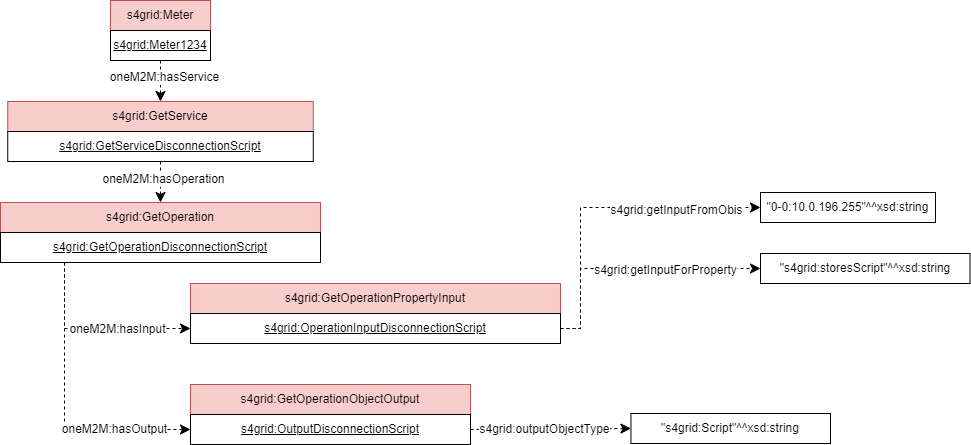
This is documentation/diagrams/SAREF4GRID_Example_get_3.png from Sergio-Carulli/saref4grid, a draw.io export, as it was before one commit. Source tidied: cells renumbered, new cells last; positions are measured from the earlier drawing's top-left corner, leaving out a move shared by most shapes. Its diagram source:
```xml
<mxGraphModel>
  <root>
    <mxCell id="0" />
    <mxCell id="1" parent="0" />
    <mxCell id="2" value="s4grid:Meter" style="rounded=0;whiteSpace=wrap;html=1;fillColor=#f8cecc;strokeColor=#b85450;" parent="1" vertex="1">
      <mxGeometry x="110" width="100" height="30" as="geometry" />
    </mxCell>
    <mxCell id="3" value="s4grid:GetService" style="rounded=0;whiteSpace=wrap;html=1;snapToPoint=1;points=[[0.1,0],[0.2,0],[0.3,0],[0.4,0],[0.5,0],[0.6,0],[0.7,0],[0.8,0],[0.9,0],[0,0.1],[0,0.3],[0,0.5],[0,0.7],[0,0.9],[0.1,1],[0.2,1],[0.3,1],[0.4,1],[0.5,1],[0.6,1],[0.7,1],[0.8,1],[0.9,1],[1,0.1],[1,0.3],[1,0.5],[1,0.7],[1,0.9]];fillColor=#f8cecc;strokeColor=#b85450;" parent="1" vertex="1">
      <mxGeometry x="7.2" y="101" width="305.5" height="30" as="geometry" />
    </mxCell>
    <mxCell id="4" value="&lt;u&gt;s4grid:Meter1234&lt;/u&gt;" style="rounded=0;whiteSpace=wrap;html=1;snapToPoint=1;points=[[0.1,0],[0.2,0],[0.3,0],[0.4,0],[0.5,0],[0.6,0],[0.7,0],[0.8,0],[0.9,0],[0,0.1],[0,0.3],[0,0.5],[0,0.7],[0,0.9],[0.1,1],[0.2,1],[0.3,1],[0.4,1],[0.5,1],[0.6,1],[0.7,1],[0.8,1],[0.9,1],[1,0.1],[1,0.3],[1,0.5],[1,0.7],[1,0.9]];" parent="1" vertex="1">
      <mxGeometry x="110" y="30" width="100" height="30" as="geometry" />
    </mxCell>
    <mxCell id="5" value="&lt;u&gt;s4grid:GetServiceDisconnectionScript&lt;/u&gt;" style="rounded=0;whiteSpace=wrap;html=1;snapToPoint=1;points=[[0.1,0],[0.2,0],[0.3,0],[0.4,0],[0.5,0],[0.6,0],[0.7,0],[0.8,0],[0.9,0],[0,0.1],[0,0.3],[0,0.5],[0,0.7],[0,0.9],[0.1,1],[0.2,1],[0.3,1],[0.4,1],[0.5,1],[0.6,1],[0.7,1],[0.8,1],[0.9,1],[1,0.1],[1,0.3],[1,0.5],[1,0.7],[1,0.9]];" parent="1" vertex="1">
      <mxGeometry x="7.2" y="131" width="305.5" height="30" as="geometry" />
    </mxCell>
    <mxCell id="6" style="endArrow=classic;html=1;endSize=8;arcSize=0;rounded=0;exitX=1;exitY=0.5;exitDx=0;exitDy=0;dashed=1;entryX=0;entryY=0.5;entryDx=0;entryDy=0;edgeStyle=orthogonalEdgeStyle;" parent="1" edge="1" source="13" target="25">
      <mxGeometry relative="1" as="geometry">
        <Array as="points">
          <mxPoint x="580" y="328" />
          <mxPoint x="580" y="207" />
        </Array>
      </mxGeometry>
    </mxCell>
    <mxCell id="7" value="s4grid:getInputFromObis" style="text;html=1;align=center;verticalAlign=middle;labelBackgroundColor=#ffffff;" parent="1" vertex="1">
      <mxGeometry x="671.2" y="202" as="geometry">
        <mxPoint x="4" y="7" as="offset" />
      </mxGeometry>
    </mxCell>
    <mxCell id="8" value="s4grid:GetOperationObjectOutput" style="rounded=0;whiteSpace=wrap;html=1;fillColor=#f8cecc;strokeColor=#b85450;" parent="1" vertex="1">
      <mxGeometry x="190" y="384" width="280" height="30" as="geometry" />
    </mxCell>
    <mxCell id="9" value="&lt;u&gt;s4grid:OutputDisconnectionScript&lt;/u&gt;" style="rounded=0;whiteSpace=wrap;html=1;snapToPoint=1;points=[[0.1,0],[0.2,0],[0.3,0],[0.4,0],[0.5,0],[0.6,0],[0.7,0],[0.8,0],[0.9,0],[0,0.1],[0,0.3],[0,0.5],[0,0.7],[0,0.9],[0.1,1],[0.2,1],[0.3,1],[0.4,1],[0.5,1],[0.6,1],[0.7,1],[0.8,1],[0.9,1],[1,0.1],[1,0.3],[1,0.5],[1,0.7],[1,0.9]];" parent="1" vertex="1">
      <mxGeometry x="190" y="414" width="280" height="30" as="geometry" />
    </mxCell>
    <mxCell id="10" value="s4grid:GetOperation" style="rounded=0;whiteSpace=wrap;html=1;snapToPoint=1;points=[[0.1,0],[0.2,0],[0.3,0],[0.4,0],[0.5,0],[0.6,0],[0.7,0],[0.8,0],[0.9,0],[0,0.1],[0,0.3],[0,0.5],[0,0.7],[0,0.9],[0.1,1],[0.2,1],[0.3,1],[0.4,1],[0.5,1],[0.6,1],[0.7,1],[0.8,1],[0.9,1],[1,0.1],[1,0.3],[1,0.5],[1,0.7],[1,0.9]];fillColor=#f8cecc;strokeColor=#b85450;" parent="1" vertex="1">
      <mxGeometry y="202" width="320" height="30" as="geometry" />
    </mxCell>
    <mxCell id="11" value="&lt;u style=&quot;border-color: var(--border-color);&quot;&gt;s4grid:GetOperationDisconnectionScript&lt;/u&gt;" style="rounded=0;whiteSpace=wrap;html=1;snapToPoint=1;points=[[0.1,0],[0.2,0],[0.3,0],[0.4,0],[0.5,0],[0.6,0],[0.7,0],[0.8,0],[0.9,0],[0,0.1],[0,0.3],[0,0.5],[0,0.7],[0,0.9],[0.1,1],[0.2,1],[0.3,1],[0.4,1],[0.5,1],[0.6,1],[0.7,1],[0.8,1],[0.9,1],[1,0.1],[1,0.3],[1,0.5],[1,0.7],[1,0.9]];" parent="1" vertex="1">
      <mxGeometry y="232" width="320" height="30" as="geometry" />
    </mxCell>
    <mxCell id="12" value="s4grid:GetOperationPropertyInput" style="rounded=0;whiteSpace=wrap;html=1;fillColor=#f8cecc;strokeColor=#b85450;" parent="1" vertex="1">
      <mxGeometry x="190" y="283" width="370" height="30" as="geometry" />
    </mxCell>
    <mxCell id="13" value="&lt;u&gt;s4grid:OperationInputDisconnectionScript&lt;/u&gt;" style="rounded=0;whiteSpace=wrap;html=1;snapToPoint=1;points=[[0.1,0],[0.2,0],[0.3,0],[0.4,0],[0.5,0],[0.6,0],[0.7,0],[0.8,0],[0.9,0],[0,0.1],[0,0.3],[0,0.5],[0,0.7],[0,0.9],[0.1,1],[0.2,1],[0.3,1],[0.4,1],[0.5,1],[0.6,1],[0.7,1],[0.8,1],[0.9,1],[1,0.1],[1,0.3],[1,0.5],[1,0.7],[1,0.9]];" parent="1" vertex="1">
      <mxGeometry x="190" y="313" width="370" height="30" as="geometry" />
    </mxCell>
    <mxCell id="14" style="endArrow=classic;html=1;endSize=8;arcSize=0;rounded=0;entryX=0;entryY=0.5;entryDx=0;entryDy=0;exitX=0.2;exitY=1;exitDx=0;exitDy=0;dashed=1;edgeStyle=orthogonalEdgeStyle;" parent="1" edge="1" source="11" target="13">
      <mxGeometry relative="1" as="geometry" />
    </mxCell>
    <mxCell id="15" value="oneM2M:hasInput" style="text;html=1;align=center;verticalAlign=middle;labelBackgroundColor=#ffffff;" parent="1" vertex="1">
      <mxGeometry x="116" y="328" as="geometry" />
    </mxCell>
    <mxCell id="16" style="endArrow=classic;html=1;endSize=8;arcSize=0;rounded=0;entryX=0;entryY=0.5;entryDx=0;entryDy=0;exitX=0.2;exitY=1;exitDx=0;exitDy=0;dashed=1;edgeStyle=orthogonalEdgeStyle;" parent="1" edge="1" source="11" target="9">
      <mxGeometry relative="1" as="geometry" />
    </mxCell>
    <mxCell id="17" value="oneM2M:hasOutput" style="text;html=1;align=center;verticalAlign=middle;labelBackgroundColor=#ffffff;" parent="1" vertex="1">
      <mxGeometry x="113" y="428" as="geometry" />
    </mxCell>
    <mxCell id="18" value="&quot;s4grid:Script&quot;^^xsd:string" style="rounded=0;whiteSpace=wrap;html=1;snapToPoint=1;align=center;" parent="1" vertex="1">
      <mxGeometry x="630.5" y="413" width="199.5" height="30" as="geometry" />
    </mxCell>
    <mxCell id="19" style="endArrow=classic;html=1;endSize=8;arcSize=0;rounded=0;dashed=1;entryX=0;entryY=0.5;entryDx=0;entryDy=0;exitX=1;exitY=0.5;exitDx=0;exitDy=0;" parent="1" edge="1" source="9" target="18">
      <mxGeometry relative="1" as="geometry" />
    </mxCell>
    <mxCell id="20" value="s4grid:outputObjectType" style="text;html=1;align=center;verticalAlign=middle;labelBackgroundColor=#ffffff;" parent="1" vertex="1">
      <mxGeometry x="540" y="421" as="geometry">
        <mxPoint x="4" y="7" as="offset" />
      </mxGeometry>
    </mxCell>
    <mxCell id="21" style="endArrow=classic;html=1;endSize=8;arcSize=0;rounded=0;entryX=0.5;entryY=0;entryDx=0;entryDy=0;dashed=1;exitX=0.5;exitY=1;exitDx=0;exitDy=0;" parent="1" edge="1" source="4" target="3">
      <mxGeometry relative="1" as="geometry" />
    </mxCell>
    <mxCell id="22" value="&lt;div&gt;oneM2M:hasService&lt;/div&gt;" style="text;html=1;align=center;verticalAlign=middle;labelBackgroundColor=#ffffff;" parent="21" vertex="1">
      <mxGeometry x="-0.13" relative="1" as="geometry">
        <mxPoint x="3" y="-2" as="offset" />
      </mxGeometry>
    </mxCell>
    <mxCell id="23" style="endArrow=classic;html=1;endSize=8;arcSize=0;rounded=0;entryX=0.5;entryY=0;entryDx=0;entryDy=0;exitX=0.5;exitY=1;exitDx=0;exitDy=0;dashed=1;" parent="1" edge="1" source="5" target="10">
      <mxGeometry relative="1" as="geometry" />
    </mxCell>
    <mxCell id="24" value="&lt;div&gt;oneM2M:hasOperation&lt;/div&gt;" style="text;html=1;align=center;verticalAlign=middle;labelBackgroundColor=#ffffff;" parent="23" vertex="1">
      <mxGeometry x="-0.13" relative="1" as="geometry">
        <mxPoint x="2" y="-1" as="offset" />
      </mxGeometry>
    </mxCell>
    <mxCell id="25" value="&quot;0-0:10.0.196.255&quot;^^xsd:string" style="rounded=0;whiteSpace=wrap;html=1;snapToPoint=1;align=center;" parent="1" vertex="1">
      <mxGeometry x="760" y="192" width="175" height="30" as="geometry" />
    </mxCell>
    <mxCell id="26" value="&quot;s4grid:storesScript&quot;^^xsd:string" style="rounded=0;whiteSpace=wrap;html=1;snapToPoint=1;align=center;" parent="1" vertex="1">
      <mxGeometry x="760" y="253" width="209.5" height="30" as="geometry" />
    </mxCell>
    <mxCell id="27" style="endArrow=classic;html=1;endSize=8;arcSize=0;rounded=0;exitX=1;exitY=0.5;exitDx=0;exitDy=0;dashed=1;entryX=0;entryY=0.5;entryDx=0;entryDy=0;edgeStyle=orthogonalEdgeStyle;" parent="1" edge="1" source="13" target="26">
      <mxGeometry relative="1" as="geometry">
        <Array as="points">
          <mxPoint x="580" y="328" />
          <mxPoint x="580" y="268" />
        </Array>
      </mxGeometry>
    </mxCell>
    <mxCell id="28" value="s4grid:getInputForProperty" style="text;html=1;align=center;verticalAlign=middle;labelBackgroundColor=#ffffff;" parent="1" vertex="1">
      <mxGeometry x="660" y="262" as="geometry">
        <mxPoint x="4" y="7" as="offset" />
      </mxGeometry>
    </mxCell>
  </root>
</mxGraphModel>
```
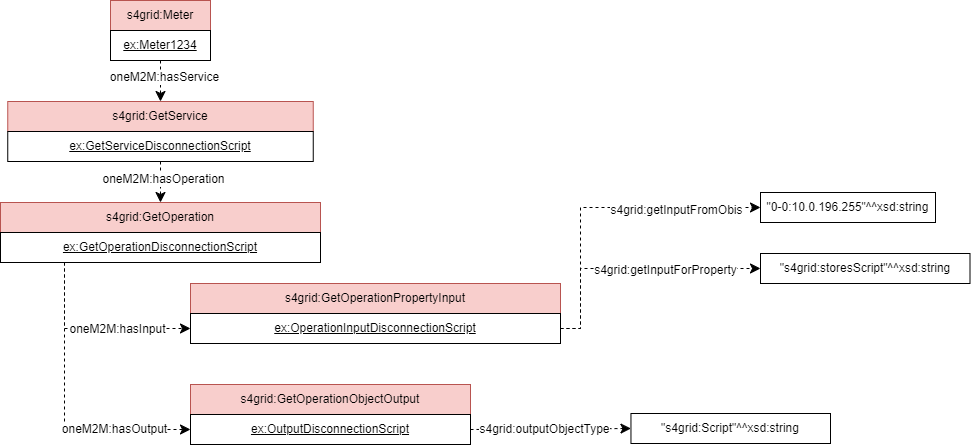
The same file after the commit.

Change to the diagram source:
```diff
@@ -8,10 +8,10 @@
     <mxCell id="3" value="s4grid:GetService" style="rounded=0;whiteSpace=wrap;html=1;snapToPoint=1;points=[[0.1,0],[0.2,0],[0.3,0],[0.4,0],[0.5,0],[0.6,0],[0.7,0],[0.8,0],[0.9,0],[0,0.1],[0,0.3],[0,0.5],[0,0.7],[0,0.9],[0.1,1],[0.2,1],[0.3,1],[0.4,1],[0.5,1],[0.6,1],[0.7,1],[0.8,1],[0.9,1],[1,0.1],[1,0.3],[1,0.5],[1,0.7],[1,0.9]];fillColor=#f8cecc;strokeColor=#b85450;" parent="1" vertex="1">
       <mxGeometry x="7.2" y="101" width="305.5" height="30" as="geometry" />
     </mxCell>
-    <mxCell id="4" value="&lt;u&gt;s4grid:Meter1234&lt;/u&gt;" style="rounded=0;whiteSpace=wrap;html=1;snapToPoint=1;points=[[0.1,0],[0.2,0],[0.3,0],[0.4,0],[0.5,0],[0.6,0],[0.7,0],[0.8,0],[0.9,0],[0,0.1],[0,0.3],[0,0.5],[0,0.7],[0,0.9],[0.1,1],[0.2,1],[0.3,1],[0.4,1],[0.5,1],[0.6,1],[0.7,1],[0.8,1],[0.9,1],[1,0.1],[1,0.3],[1,0.5],[1,0.7],[1,0.9]];" parent="1" vertex="1">
+    <mxCell id="4" value="&lt;u&gt;ex:Meter1234&lt;/u&gt;" style="rounded=0;whiteSpace=wrap;html=1;snapToPoint=1;points=[[0.1,0],[0.2,0],[0.3,0],[0.4,0],[0.5,0],[0.6,0],[0.7,0],[0.8,0],[0.9,0],[0,0.1],[0,0.3],[0,0.5],[0,0.7],[0,0.9],[0.1,1],[0.2,1],[0.3,1],[0.4,1],[0.5,1],[0.6,1],[0.7,1],[0.8,1],[0.9,1],[1,0.1],[1,0.3],[1,0.5],[1,0.7],[1,0.9]];" parent="1" vertex="1">
       <mxGeometry x="110" y="30" width="100" height="30" as="geometry" />
     </mxCell>
-    <mxCell id="5" value="&lt;u&gt;s4grid:GetServiceDisconnectionScript&lt;/u&gt;" style="rounded=0;whiteSpace=wrap;html=1;snapToPoint=1;points=[[0.1,0],[0.2,0],[0.3,0],[0.4,0],[0.5,0],[0.6,0],[0.7,0],[0.8,0],[0.9,0],[0,0.1],[0,0.3],[0,0.5],[0,0.7],[0,0.9],[0.1,1],[0.2,1],[0.3,1],[0.4,1],[0.5,1],[0.6,1],[0.7,1],[0.8,1],[0.9,1],[1,0.1],[1,0.3],[1,0.5],[1,0.7],[1,0.9]];" parent="1" vertex="1">
+    <mxCell id="5" value="&lt;u&gt;ex:GetServiceDisconnectionScript&lt;/u&gt;" style="rounded=0;whiteSpace=wrap;html=1;snapToPoint=1;points=[[0.1,0],[0.2,0],[0.3,0],[0.4,0],[0.5,0],[0.6,0],[0.7,0],[0.8,0],[0.9,0],[0,0.1],[0,0.3],[0,0.5],[0,0.7],[0,0.9],[0.1,1],[0.2,1],[0.3,1],[0.4,1],[0.5,1],[0.6,1],[0.7,1],[0.8,1],[0.9,1],[1,0.1],[1,0.3],[1,0.5],[1,0.7],[1,0.9]];" parent="1" vertex="1">
       <mxGeometry x="7.2" y="131" width="305.5" height="30" as="geometry" />
     </mxCell>
     <mxCell id="6" style="endArrow=classic;html=1;endSize=8;arcSize=0;rounded=0;exitX=1;exitY=0.5;exitDx=0;exitDy=0;dashed=1;entryX=0;entryY=0.5;entryDx=0;entryDy=0;edgeStyle=orthogonalEdgeStyle;" parent="1" edge="1" source="13" target="25">
@@ -30,19 +30,19 @@
     <mxCell id="8" value="s4grid:GetOperationObjectOutput" style="rounded=0;whiteSpace=wrap;html=1;fillColor=#f8cecc;strokeColor=#b85450;" parent="1" vertex="1">
       <mxGeometry x="190" y="384" width="280" height="30" as="geometry" />
     </mxCell>
-    <mxCell id="9" value="&lt;u&gt;s4grid:OutputDisconnectionScript&lt;/u&gt;" style="rounded=0;whiteSpace=wrap;html=1;snapToPoint=1;points=[[0.1,0],[0.2,0],[0.3,0],[0.4,0],[0.5,0],[0.6,0],[0.7,0],[0.8,0],[0.9,0],[0,0.1],[0,0.3],[0,0.5],[0,0.7],[0,0.9],[0.1,1],[0.2,1],[0.3,1],[0.4,1],[0.5,1],[0.6,1],[0.7,1],[0.8,1],[0.9,1],[1,0.1],[1,0.3],[1,0.5],[1,0.7],[1,0.9]];" parent="1" vertex="1">
+    <mxCell id="9" value="&lt;u&gt;ex:OutputDisconnectionScript&lt;/u&gt;" style="rounded=0;whiteSpace=wrap;html=1;snapToPoint=1;points=[[0.1,0],[0.2,0],[0.3,0],[0.4,0],[0.5,0],[0.6,0],[0.7,0],[0.8,0],[0.9,0],[0,0.1],[0,0.3],[0,0.5],[0,0.7],[0,0.9],[0.1,1],[0.2,1],[0.3,1],[0.4,1],[0.5,1],[0.6,1],[0.7,1],[0.8,1],[0.9,1],[1,0.1],[1,0.3],[1,0.5],[1,0.7],[1,0.9]];" parent="1" vertex="1">
       <mxGeometry x="190" y="414" width="280" height="30" as="geometry" />
     </mxCell>
     <mxCell id="10" value="s4grid:GetOperation" style="rounded=0;whiteSpace=wrap;html=1;snapToPoint=1;points=[[0.1,0],[0.2,0],[0.3,0],[0.4,0],[0.5,0],[0.6,0],[0.7,0],[0.8,0],[0.9,0],[0,0.1],[0,0.3],[0,0.5],[0,0.7],[0,0.9],[0.1,1],[0.2,1],[0.3,1],[0.4,1],[0.5,1],[0.6,1],[0.7,1],[0.8,1],[0.9,1],[1,0.1],[1,0.3],[1,0.5],[1,0.7],[1,0.9]];fillColor=#f8cecc;strokeColor=#b85450;" parent="1" vertex="1">
       <mxGeometry y="202" width="320" height="30" as="geometry" />
     </mxCell>
-    <mxCell id="11" value="&lt;u style=&quot;border-color: var(--border-color);&quot;&gt;s4grid:GetOperationDisconnectionScript&lt;/u&gt;" style="rounded=0;whiteSpace=wrap;html=1;snapToPoint=1;points=[[0.1,0],[0.2,0],[0.3,0],[0.4,0],[0.5,0],[0.6,0],[0.7,0],[0.8,0],[0.9,0],[0,0.1],[0,0.3],[0,0.5],[0,0.7],[0,0.9],[0.1,1],[0.2,1],[0.3,1],[0.4,1],[0.5,1],[0.6,1],[0.7,1],[0.8,1],[0.9,1],[1,0.1],[1,0.3],[1,0.5],[1,0.7],[1,0.9]];" parent="1" vertex="1">
+    <mxCell id="11" value="&lt;u style=&quot;border-color: var(--border-color);&quot;&gt;ex:GetOperationDisconnectionScript&lt;/u&gt;" style="rounded=0;whiteSpace=wrap;html=1;snapToPoint=1;points=[[0.1,0],[0.2,0],[0.3,0],[0.4,0],[0.5,0],[0.6,0],[0.7,0],[0.8,0],[0.9,0],[0,0.1],[0,0.3],[0,0.5],[0,0.7],[0,0.9],[0.1,1],[0.2,1],[0.3,1],[0.4,1],[0.5,1],[0.6,1],[0.7,1],[0.8,1],[0.9,1],[1,0.1],[1,0.3],[1,0.5],[1,0.7],[1,0.9]];" parent="1" vertex="1">
       <mxGeometry y="232" width="320" height="30" as="geometry" />
     </mxCell>
     <mxCell id="12" value="s4grid:GetOperationPropertyInput" style="rounded=0;whiteSpace=wrap;html=1;fillColor=#f8cecc;strokeColor=#b85450;" parent="1" vertex="1">
       <mxGeometry x="190" y="283" width="370" height="30" as="geometry" />
     </mxCell>
-    <mxCell id="13" value="&lt;u&gt;s4grid:OperationInputDisconnectionScript&lt;/u&gt;" style="rounded=0;whiteSpace=wrap;html=1;snapToPoint=1;points=[[0.1,0],[0.2,0],[0.3,0],[0.4,0],[0.5,0],[0.6,0],[0.7,0],[0.8,0],[0.9,0],[0,0.1],[0,0.3],[0,0.5],[0,0.7],[0,0.9],[0.1,1],[0.2,1],[0.3,1],[0.4,1],[0.5,1],[0.6,1],[0.7,1],[0.8,1],[0.9,1],[1,0.1],[1,0.3],[1,0.5],[1,0.7],[1,0.9]];" parent="1" vertex="1">
+    <mxCell id="13" value="&lt;u&gt;ex:OperationInputDisconnectionScript&lt;/u&gt;" style="rounded=0;whiteSpace=wrap;html=1;snapToPoint=1;points=[[0.1,0],[0.2,0],[0.3,0],[0.4,0],[0.5,0],[0.6,0],[0.7,0],[0.8,0],[0.9,0],[0,0.1],[0,0.3],[0,0.5],[0,0.7],[0,0.9],[0.1,1],[0.2,1],[0.3,1],[0.4,1],[0.5,1],[0.6,1],[0.7,1],[0.8,1],[0.9,1],[1,0.1],[1,0.3],[1,0.5],[1,0.7],[1,0.9]];" parent="1" vertex="1">
       <mxGeometry x="190" y="313" width="370" height="30" as="geometry" />
     </mxCell>
     <mxCell id="14" style="endArrow=classic;html=1;endSize=8;arcSize=0;rounded=0;entryX=0;entryY=0.5;entryDx=0;entryDy=0;exitX=0.2;exitY=1;exitDx=0;exitDy=0;dashed=1;edgeStyle=orthogonalEdgeStyle;" parent="1" edge="1" source="11" target="13">
```
